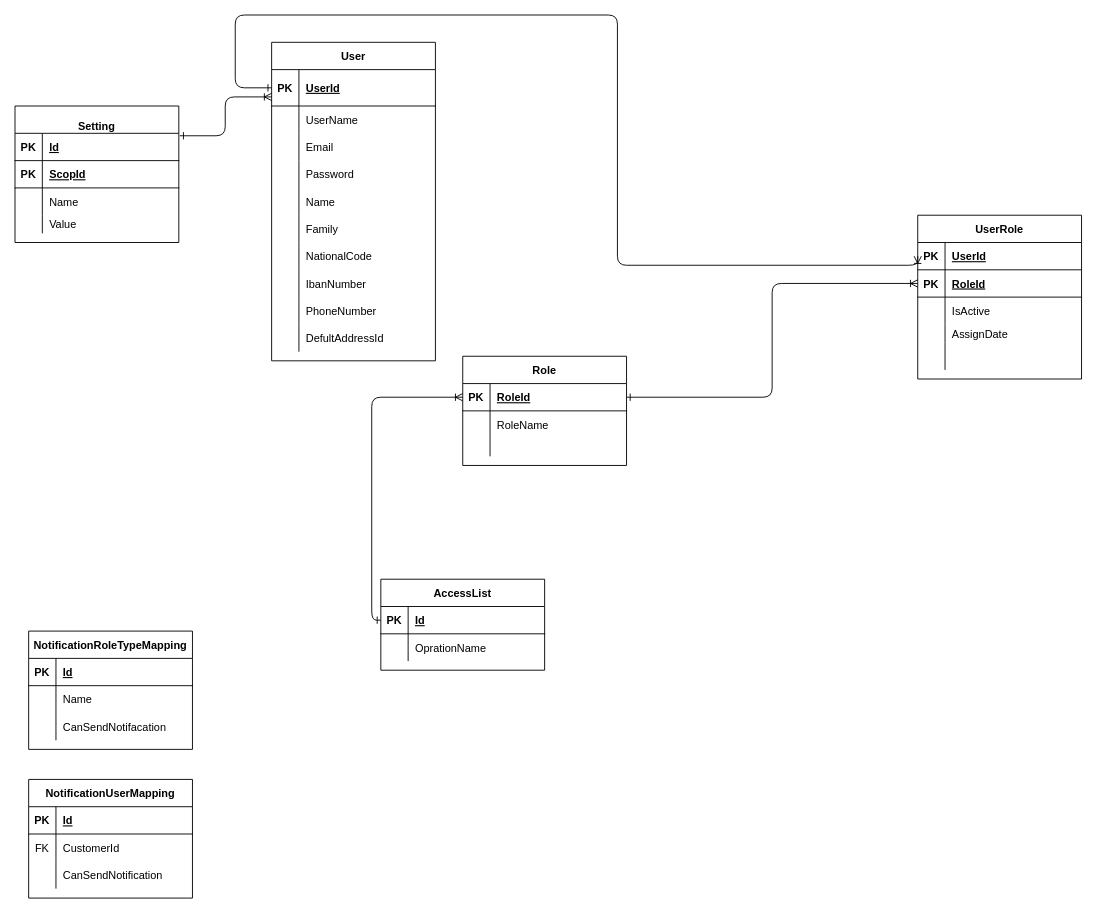
behrangaghili/Postex-Documents_Diagrams keeps this draw.io diagram as 01-Authentication-and-Roles/Diagrams/Authentication.drawio. Above is the earlier version. Source tidied: cells renumbered, new cells numbered last; positions are measured from the earlier drawing's top-left corner, leaving out a move shared by most shapes. Both pictures are drawn from the tidied source at 91%, with x=0, y=0 at pixel (15, 15).
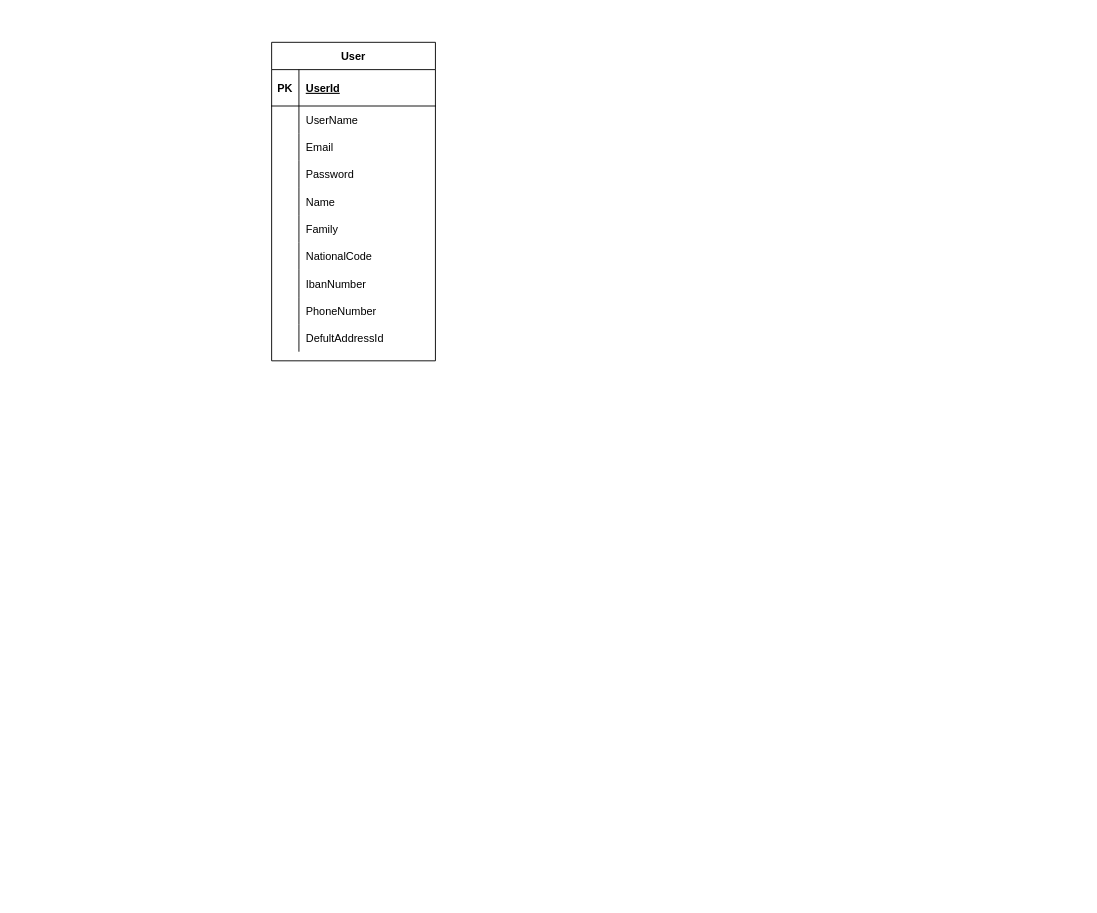
The same diagram, later.

Unchanged cells that the change refers to:
```xml
<mxCell id="3" style="shape=partialRectangle;fillColor=none;top=0;left=0;bottom=1;right=0;points=[[0,0.5],[1,0.5]];portConstraint=eastwest;" parent="2" vertex="1">
  <mxGeometry y="30" width="180" height="40" as="geometry" />
</mxCell>
```

What changed in the source:
```diff
@@
-    <mxCell id="33" value="UserRole" style="shape=table;startSize=30;childLayout=tableLayout;rowLines=0;fontStyle=1;align=center;" parent="1" vertex="1">
-      <mxGeometry x="992" y="220" width="180" height="180" as="geometry" />
-    </mxCell>
-    <mxCell id="34" style="shape=partialRectangle;fillColor=none;top=0;left=0;bottom=1;right=0;points=[[0,0.5],[1,0.5]];portConstraint=eastwest;" parent="33" vertex="1">
-      <mxGeometry y="30" width="180" height="30" as="geometry" />
-    </mxCell>
-    <mxCell id="35" value="PK" style="shape=partialRectangle;fillColor=none;top=0;left=0;bottom=0;right=0;fontStyle=1;overflow=hidden;" parent="34" vertex="1">
-      <mxGeometry width="30" height="30" as="geometry" />
-    </mxCell>
-    <mxCell id="36" value="UserId" style="shape=partialRectangle;fillColor=none;top=0;left=0;bottom=0;right=0;align=left;spacingLeft=6;fontStyle=5;overflow=hidden;" parent="34" vertex="1">
-      <mxGeometry x="30" width="150" height="30" as="geometry" />
-    </mxCell>
-    <mxCell id="37" style="shape=partialRectangle;fillColor=none;top=0;left=0;bottom=1;right=0;points=[[0,0.5],[1,0.5]];portConstraint=eastwest;" parent="33" vertex="1">
-      <mxGeometry y="60" width="180" height="30" as="geometry" />
-    </mxCell>
-    <mxCell id="38" value="PK" style="shape=partialRectangle;fillColor=none;top=0;left=0;bottom=0;right=0;fontStyle=1;overflow=hidden;" parent="37" vertex="1">
-      <mxGeometry width="30" height="30" as="geometry" />
-    </mxCell>
-    <mxCell id="39" value="RoleId" style="shape=partialRectangle;fillColor=none;top=0;left=0;bottom=0;right=0;align=left;spacingLeft=6;fontStyle=5;overflow=hidden;" parent="37" vertex="1">
-      <mxGeometry x="30" width="150" height="30" as="geometry" />
-    </mxCell>
-    <mxCell id="40" style="shape=partialRectangle;fillColor=none;top=0;left=0;bottom=0;right=0;" parent="33" vertex="1">
-      <mxGeometry y="90" width="180" height="30" as="geometry" />
-    </mxCell>
-    <mxCell id="41" style="shape=partialRectangle;fillColor=none;top=0;left=0;bottom=0;right=0;overflow=hidden;" parent="40" vertex="1">
-      <mxGeometry width="30" height="30" as="geometry" />
-    </mxCell>
-    <mxCell id="42" value="IsActive" style="shape=partialRectangle;fillColor=none;top=0;left=0;bottom=0;right=0;align=left;spacingLeft=6;overflow=hidden;" parent="40" vertex="1">
-      <mxGeometry x="30" width="150" height="30" as="geometry" />
-    </mxCell>
-    <mxCell id="43" style="shape=partialRectangle;fillColor=none;top=0;left=0;bottom=0;right=0;" parent="33" vertex="1">
-      <mxGeometry y="120" width="180" height="20" as="geometry" />
-    </mxCell>
-    <mxCell id="44" style="shape=partialRectangle;fillColor=none;top=0;left=0;bottom=0;right=0;overflow=hidden;" parent="43" vertex="1">
-      <mxGeometry width="30" height="20" as="geometry" />
-    </mxCell>
-    <mxCell id="45" value="AssignDate" style="shape=partialRectangle;fillColor=none;top=0;left=0;bottom=0;right=0;align=left;spacingLeft=6;overflow=hidden;" parent="43" vertex="1">
-      <mxGeometry x="30" width="150" height="20" as="geometry" />
-    </mxCell>
-    <mxCell id="46" style="shape=partialRectangle;fillColor=none;top=0;left=0;bottom=0;right=0;" parent="33" vertex="1">
-      <mxGeometry y="140" width="180" height="30" as="geometry" />
-    </mxCell>
-    <mxCell id="47" style="shape=partialRectangle;fillColor=none;top=0;left=0;bottom=0;right=0;overflow=hidden;" parent="46" vertex="1">
-      <mxGeometry width="30" height="30" as="geometry" />
-    </mxCell>
-    <mxCell id="48" style="shape=partialRectangle;fillColor=none;top=0;left=0;bottom=0;right=0;align=left;spacingLeft=6;overflow=hidden;" parent="46" vertex="1">
-      <mxGeometry x="30" width="150" height="30" as="geometry" />
-    </mxCell>
-    <mxCell id="49" style="edgeStyle=orthogonalEdgeStyle;html=1;exitX=0;exitY=0.5;exitDx=0;exitDy=0;entryX=0;entryY=0.5;entryDx=0;entryDy=0;endArrow=ERoneToMany;endFill=0;startArrow=ERone;startFill=0;" parent="1" edge="1" source="3" target="34">
-      <mxGeometry relative="1" as="geometry">
-        <Array as="points">
-          <mxPoint x="242" />
-          <mxPoint x="662" />
-          <mxPoint x="662" y="275" />
-          <mxPoint x="992" y="275" />
-        </Array>
-      </mxGeometry>
-    </mxCell>
-    <mxCell id="50" value="Role" style="shape=table;startSize=30;childLayout=tableLayout;rowLines=0;fontStyle=1;align=center;" parent="1" vertex="1">
-      <mxGeometry x="492" y="375" width="180" height="120" as="geometry" />
-    </mxCell>
-    <mxCell id="51" style="shape=partialRectangle;fillColor=none;top=0;left=0;bottom=1;right=0;points=[[0,0.5],[1,0.5]];portConstraint=eastwest;" parent="50" vertex="1">
-      <mxGeometry y="30" width="180" height="30" as="geometry" />
-    </mxCell>
-    <mxCell id="52" value="PK" style="shape=partialRectangle;fillColor=none;top=0;left=0;bottom=0;right=0;fontStyle=1;overflow=hidden;" parent="51" vertex="1">
-      <mxGeometry width="30" height="30" as="geometry" />
-    </mxCell>
-    <mxCell id="53" value="RoleId" style="shape=partialRectangle;fillColor=none;top=0;left=0;bottom=0;right=0;align=left;spacingLeft=6;fontStyle=5;overflow=hidden;" parent="51" vertex="1">
-      <mxGeometry x="30" width="150" height="30" as="geometry" />
-    </mxCell>
-    <mxCell id="54" style="shape=partialRectangle;fillColor=none;top=0;left=0;bottom=0;right=0;" parent="50" vertex="1">
-      <mxGeometry y="60" width="180" height="30" as="geometry" />
-    </mxCell>
-    <mxCell id="55" style="shape=partialRectangle;fillColor=none;top=0;left=0;bottom=0;right=0;overflow=hidden;" parent="54" vertex="1">
-      <mxGeometry width="30" height="30" as="geometry" />
-    </mxCell>
-    <mxCell id="56" value="RoleName" style="shape=partialRectangle;fillColor=none;top=0;left=0;bottom=0;right=0;align=left;spacingLeft=6;overflow=hidden;" parent="54" vertex="1">
-      <mxGeometry x="30" width="150" height="30" as="geometry" />
-    </mxCell>
-    <mxCell id="57" style="shape=partialRectangle;fillColor=none;top=0;left=0;bottom=0;right=0;" parent="50" vertex="1">
-      <mxGeometry y="90" width="180" height="20" as="geometry" />
-    </mxCell>
-    <mxCell id="58" style="shape=partialRectangle;fillColor=none;top=0;left=0;bottom=0;right=0;overflow=hidden;" parent="57" vertex="1">
-      <mxGeometry width="30" height="20" as="geometry" />
-    </mxCell>
-    <mxCell id="59" style="shape=partialRectangle;fillColor=none;top=0;left=0;bottom=0;right=0;align=left;spacingLeft=6;overflow=hidden;" parent="57" vertex="1">
-      <mxGeometry x="30" width="150" height="20" as="geometry" />
-    </mxCell>
-    <mxCell id="60" value="&#10;  Setting" style="shape=table;startSize=30;childLayout=tableLayout;rowLines=0;fontStyle=1;align=center;" parent="1" vertex="1">
-      <mxGeometry y="100" width="180" height="150" as="geometry" />
-    </mxCell>
-    <mxCell id="61" style="shape=partialRectangle;fillColor=none;top=0;left=0;bottom=1;right=0;points=[[0,0.5],[1,0.5]];portConstraint=eastwest;" parent="60" vertex="1">
-      <mxGeometry y="30" width="180" height="30" as="geometry" />
-    </mxCell>
-    <mxCell id="62" value="PK" style="shape=partialRectangle;fillColor=none;top=0;left=0;bottom=0;right=0;fontStyle=1;overflow=hidden;" parent="61" vertex="1">
-      <mxGeometry width="30" height="30" as="geometry" />
-    </mxCell>
-    <mxCell id="63" value="Id" style="shape=partialRectangle;fillColor=none;top=0;left=0;bottom=0;right=0;align=left;spacingLeft=6;fontStyle=5;overflow=hidden;" parent="61" vertex="1">
-      <mxGeometry x="30" width="150" height="30" as="geometry" />
-    </mxCell>
-    <mxCell id="64" style="shape=partialRectangle;fillColor=none;top=0;left=0;bottom=1;right=0;" parent="60" vertex="1">
-      <mxGeometry y="60" width="180" height="30" as="geometry" />
-    </mxCell>
-    <mxCell id="65" value="PK" style="shape=partialRectangle;fillColor=none;top=0;left=0;bottom=0;right=0;fontStyle=1;overflow=hidden;" parent="64" vertex="1">
-      <mxGeometry width="30" height="30" as="geometry" />
-    </mxCell>
-    <mxCell id="66" value="ScopId" style="shape=partialRectangle;fillColor=none;top=0;left=0;bottom=0;right=0;align=left;spacingLeft=6;fontStyle=5;overflow=hidden;" parent="64" vertex="1">
-      <mxGeometry x="30" width="150" height="30" as="geometry" />
-    </mxCell>
-    <mxCell id="67" style="shape=partialRectangle;fillColor=none;top=0;left=0;bottom=0;right=0;" parent="60" vertex="1">
-      <mxGeometry y="90" width="180" height="30" as="geometry" />
-    </mxCell>
-    <mxCell id="68" style="shape=partialRectangle;fillColor=none;top=0;left=0;bottom=0;right=0;overflow=hidden;" parent="67" vertex="1">
-      <mxGeometry width="30" height="30" as="geometry" />
-    </mxCell>
-    <mxCell id="69" value="Name" style="shape=partialRectangle;fillColor=none;top=0;left=0;bottom=0;right=0;align=left;spacingLeft=6;overflow=hidden;" parent="67" vertex="1">
-      <mxGeometry x="30" width="150" height="30" as="geometry" />
-    </mxCell>
-    <mxCell id="70" style="shape=partialRectangle;fillColor=none;top=0;left=0;bottom=0;right=0;" parent="60" vertex="1">
-      <mxGeometry y="120" width="180" height="20" as="geometry" />
-    </mxCell>
-    <mxCell id="71" style="shape=partialRectangle;fillColor=none;top=0;left=0;bottom=0;right=0;overflow=hidden;" parent="70" vertex="1">
-      <mxGeometry width="30" height="20" as="geometry" />
-    </mxCell>
-    <mxCell id="72" value="Value" style="shape=partialRectangle;fillColor=none;top=0;left=0;bottom=0;right=0;align=left;spacingLeft=6;overflow=hidden;" parent="70" vertex="1">
-      <mxGeometry x="30" width="150" height="20" as="geometry" />
-    </mxCell>
-    <mxCell id="73" value="AccessList" style="shape=table;startSize=30;childLayout=tableLayout;rowLines=0;fontStyle=1;align=center;" parent="1" vertex="1">
-      <mxGeometry x="402" y="620" width="180" height="100" as="geometry" />
-    </mxCell>
-    <mxCell id="74" style="shape=partialRectangle;fillColor=none;top=0;left=0;bottom=1;right=0;points=[[0,0.5],[1,0.5]];portConstraint=eastwest;" parent="73" vertex="1">
-      <mxGeometry y="30" width="180" height="30" as="geometry" />
-    </mxCell>
-    <mxCell id="75" value="PK" style="shape=partialRectangle;fillColor=none;top=0;left=0;bottom=0;right=0;fontStyle=1;overflow=hidden;" parent="74" vertex="1">
-      <mxGeometry width="30" height="30" as="geometry" />
-    </mxCell>
-    <mxCell id="76" value="Id" style="shape=partialRectangle;fillColor=none;top=0;left=0;bottom=0;right=0;align=left;spacingLeft=6;fontStyle=5;overflow=hidden;" parent="74" vertex="1">
-      <mxGeometry x="30" width="150" height="30" as="geometry" />
-    </mxCell>
-    <mxCell id="77" style="shape=partialRectangle;fillColor=none;top=0;left=0;bottom=0;right=0;" parent="73" vertex="1">
-      <mxGeometry y="60" width="180" height="30" as="geometry" />
-    </mxCell>
-    <mxCell id="78" style="shape=partialRectangle;fillColor=none;top=0;left=0;bottom=0;right=0;overflow=hidden;" parent="77" vertex="1">
-      <mxGeometry width="30" height="30" as="geometry" />
-    </mxCell>
-    <mxCell id="79" value="OprationName" style="shape=partialRectangle;fillColor=none;top=0;left=0;bottom=0;right=0;align=left;spacingLeft=6;overflow=hidden;" parent="77" vertex="1">
-      <mxGeometry x="30" width="150" height="30" as="geometry" />
-    </mxCell>
-    <mxCell id="80" style="edgeStyle=orthogonalEdgeStyle;html=1;elbow=vertical;entryX=0;entryY=0.5;entryDx=0;entryDy=0;endArrow=ERoneToMany;endFill=0;startArrow=ERone;startFill=0;" parent="1" edge="1" source="51" target="37">
-      <mxGeometry relative="1" as="geometry" />
-    </mxCell>
-    <mxCell id="81" style="edgeStyle=orthogonalEdgeStyle;html=1;exitX=0;exitY=0.5;exitDx=0;exitDy=0;entryX=0;entryY=0.5;entryDx=0;entryDy=0;endArrow=ERoneToMany;endFill=0;startArrow=ERone;startFill=0;" parent="1" edge="1" source="74" target="51">
-      <mxGeometry relative="1" as="geometry" />
-    </mxCell>
-    <mxCell id="82" style="edgeStyle=orthogonalEdgeStyle;html=1;startArrow=ERone;startFill=0;endArrow=ERoneToMany;endFill=0;exitX=1.006;exitY=0.09;exitDx=0;exitDy=0;exitPerimeter=0;" parent="1" edge="1" source="61" target="3">
-      <mxGeometry relative="1" as="geometry">
-        <Array as="points">
-          <mxPoint x="231" y="133" />
-          <mxPoint x="231" y="90" />
-        </Array>
-      </mxGeometry>
-    </mxCell>
-    <mxCell id="83" value="NotificationRoleTypeMapping" style="shape=table;startSize=30;childLayout=tableLayout;rowLines=0;fontStyle=1;align=center;" parent="1" vertex="1">
-      <mxGeometry x="15" y="677" width="180" height="130" as="geometry" />
-    </mxCell>
-    <mxCell id="84" style="shape=partialRectangle;fillColor=none;top=0;left=0;bottom=1;right=0;" parent="83" vertex="1">
-      <mxGeometry y="30" width="180" height="30" as="geometry" />
-    </mxCell>
-    <mxCell id="85" value="PK" style="shape=partialRectangle;fillColor=none;top=0;left=0;bottom=0;right=0;fontStyle=1;overflow=hidden;" parent="84" vertex="1">
-      <mxGeometry width="30" height="30" as="geometry" />
-    </mxCell>
-    <mxCell id="86" value="Id" style="shape=partialRectangle;fillColor=none;top=0;left=0;bottom=0;right=0;align=left;spacingLeft=6;fontStyle=5;overflow=hidden;" parent="84" vertex="1">
-      <mxGeometry x="30" width="150" height="30" as="geometry" />
-    </mxCell>
-    <mxCell id="87" style="shape=partialRectangle;fillColor=none;top=0;left=0;bottom=0;right=0;" parent="83" vertex="1">
-      <mxGeometry y="60" width="180" height="30" as="geometry" />
-    </mxCell>
-    <mxCell id="88" style="shape=partialRectangle;fillColor=none;top=0;left=0;bottom=0;right=0;overflow=hidden;" parent="87" vertex="1">
-      <mxGeometry width="30" height="30" as="geometry" />
-    </mxCell>
-    <mxCell id="89" value="Name" style="shape=partialRectangle;fillColor=none;top=0;left=0;bottom=0;right=0;align=left;spacingLeft=6;overflow=hidden;" parent="87" vertex="1">
-      <mxGeometry x="30" width="150" height="30" as="geometry" />
-    </mxCell>
-    <mxCell id="90" style="shape=partialRectangle;fillColor=none;top=0;left=0;bottom=0;right=0;" parent="83" vertex="1">
-      <mxGeometry y="90" width="180" height="30" as="geometry" />
-    </mxCell>
-    <mxCell id="91" style="shape=partialRectangle;fillColor=none;top=0;left=0;bottom=0;right=0;overflow=hidden;" parent="90" vertex="1">
-      <mxGeometry width="30" height="30" as="geometry" />
-    </mxCell>
-    <mxCell id="92" value="CanSendNotifacation" style="shape=partialRectangle;fillColor=none;top=0;left=0;bottom=0;right=0;align=left;spacingLeft=6;overflow=hidden;" parent="90" vertex="1">
-      <mxGeometry x="30" width="150" height="30" as="geometry" />
-    </mxCell>
-    <mxCell id="93" value="NotificationUserMapping" style="shape=table;startSize=30;childLayout=tableLayout;rowLines=0;fontStyle=1;align=center;" parent="1" vertex="1">
-      <mxGeometry x="15" y="840" width="180" height="130.4" as="geometry" />
-    </mxCell>
-    <mxCell id="94" style="shape=partialRectangle;fillColor=none;top=0;left=0;bottom=1;right=0;" parent="93" vertex="1">
-      <mxGeometry y="30" width="180" height="30" as="geometry" />
-    </mxCell>
-    <mxCell id="95" value="PK" style="shape=partialRectangle;fillColor=none;top=0;left=0;bottom=0;right=0;fontStyle=1;overflow=hidden;" parent="94" vertex="1">
-      <mxGeometry width="30" height="30" as="geometry" />
-    </mxCell>
-    <mxCell id="96" value="Id" style="shape=partialRectangle;fillColor=none;top=0;left=0;bottom=0;right=0;align=left;spacingLeft=6;fontStyle=5;overflow=hidden;" parent="94" vertex="1">
-      <mxGeometry x="30" width="150" height="30" as="geometry" />
-    </mxCell>
-    <mxCell id="97" style="shape=partialRectangle;fillColor=none;top=0;left=0;bottom=0;right=0;" parent="93" vertex="1">
-      <mxGeometry y="60" width="180" height="30" as="geometry" />
-    </mxCell>
-    <mxCell id="98" value="FK" style="shape=partialRectangle;fillColor=none;top=0;left=0;bottom=0;right=0;overflow=hidden;" parent="97" vertex="1">
-      <mxGeometry width="30" height="30" as="geometry" />
-    </mxCell>
-    <mxCell id="99" value="CustomerId" style="shape=partialRectangle;fillColor=none;top=0;left=0;bottom=0;right=0;align=left;spacingLeft=6;overflow=hidden;" parent="97" vertex="1">
-      <mxGeometry x="30" width="150" height="30" as="geometry" />
-    </mxCell>
-    <mxCell id="100" style="shape=partialRectangle;fillColor=none;top=0;left=0;bottom=0;right=0;" parent="93" vertex="1">
-      <mxGeometry y="90" width="180" height="30" as="geometry" />
-    </mxCell>
-    <mxCell id="101" style="shape=partialRectangle;fillColor=none;top=0;left=0;bottom=0;right=0;overflow=hidden;" parent="100" vertex="1">
-      <mxGeometry width="30" height="30" as="geometry" />
-    </mxCell>
-    <mxCell id="102" value="CanSendNotification" style="shape=partialRectangle;fillColor=none;top=0;left=0;bottom=0;right=0;align=left;spacingLeft=6;overflow=hidden;" parent="100" vertex="1">
-      <mxGeometry x="30" width="150" height="30" as="geometry" />
-    </mxCell>
```
